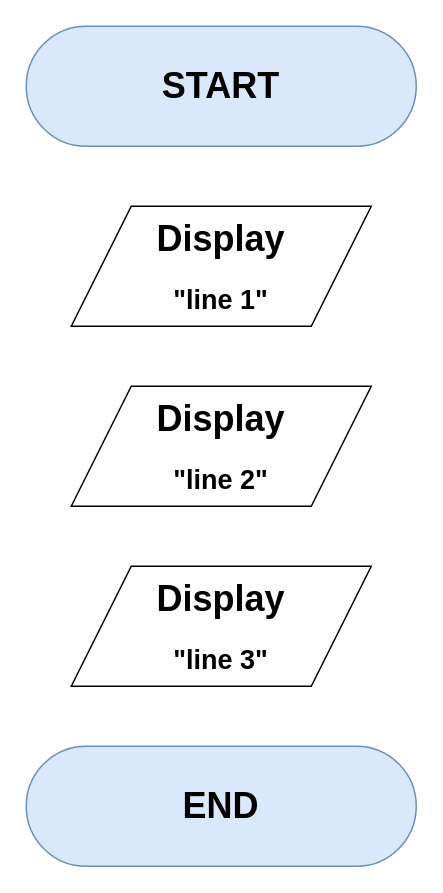
Earlier version of the draw.io diagram doc/Untitled Diagram.drawio (RedjaderCode/redjader). Source tidied: cells renumbered, new cells numbered last; positions are measured from the earlier drawing's top-left corner, leaving out a move shared by most shapes. Both pictures are drawn from the tidied source at 150%, with x=0, y=0 at pixel (26, 26).
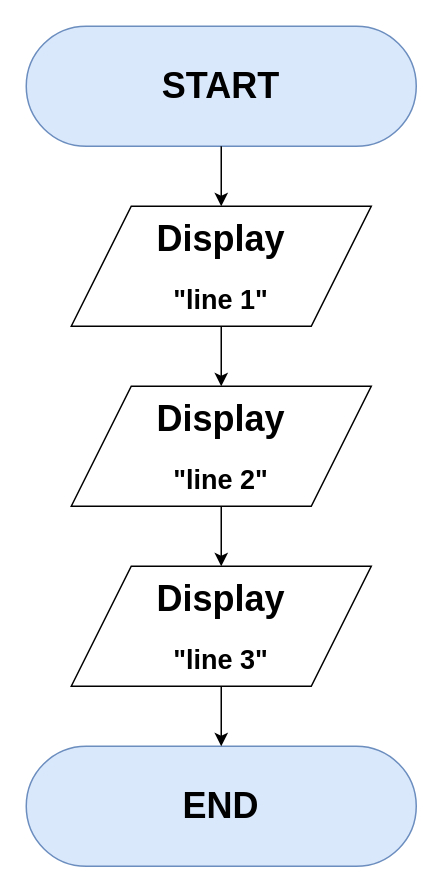
After the change.

The edit, as a diff of the source:
```diff
@@
 <mxGraphModel>
   <root>
     <mxCell id="0" />
     <mxCell id="1" parent="0" />
     <mxCell id="2" value="&lt;h1&gt;START&lt;/h1&gt;" style="html=1;dashed=0;whiteSpace=wrap;shape=mxgraph.dfd.start;fillColor=#dae8fc;strokeColor=#6c8ebf;" parent="1" vertex="1">
       <mxGeometry width="260" height="80" as="geometry" />
     </mxCell>
     <mxCell id="3" value="&lt;h1&gt;Display&lt;/h1&gt;&lt;h2&gt;&quot;line 1&quot;&lt;/h2&gt;" style="shape=parallelogram;perimeter=parallelogramPerimeter;whiteSpace=wrap;html=1;dashed=0;" parent="1" vertex="1">
       <mxGeometry x="30" y="120" width="200" height="80" as="geometry" />
     </mxCell>
     <mxCell id="4" value="&lt;h1&gt;Display&lt;/h1&gt;&lt;h2&gt;&quot;line 2&quot;&lt;/h2&gt;" style="shape=parallelogram;perimeter=parallelogramPerimeter;whiteSpace=wrap;html=1;dashed=0;" parent="1" vertex="1">
       <mxGeometry x="30" y="240" width="200" height="80" as="geometry" />
     </mxCell>
     <mxCell id="5" value="&lt;h1&gt;Display&lt;/h1&gt;&lt;h2&gt;&quot;line 3&quot;&lt;/h2&gt;" style="shape=parallelogram;perimeter=parallelogramPerimeter;whiteSpace=wrap;html=1;dashed=0;" parent="1" vertex="1">
       <mxGeometry x="30" y="360" width="200" height="80" as="geometry" />
     </mxCell>
     <mxCell id="6" style="edgeStyle=orthogonalEdgeStyle;rounded=0;orthogonalLoop=1;jettySize=auto;html=1;exitX=0.5;exitY=1;exitDx=0;exitDy=0;" parent="1" edge="1" source="4" target="4">
       <mxGeometry relative="1" as="geometry" />
     </mxCell>
     <mxCell id="7" value="&lt;h1&gt;END&lt;/h1&gt;" style="html=1;dashed=0;whiteSpace=wrap;shape=mxgraph.dfd.start;fillColor=#dae8fc;strokeColor=#6c8ebf;" parent="1" vertex="1">
       <mxGeometry y="480" width="260" height="80" as="geometry" />
     </mxCell>
+    <mxCell id="8" style="endArrow=classic;html=1;rounded=0;" parent="1" edge="1" source="2" target="3">
+      <mxGeometry relative="1" as="geometry" />
+    </mxCell>
+    <mxCell id="9" style="endArrow=classic;html=1;rounded=0;" parent="1" edge="1" source="3" target="4">
+      <mxGeometry relative="1" as="geometry" />
+    </mxCell>
+    <mxCell id="10" style="endArrow=classic;html=1;rounded=0;" parent="1" edge="1" source="4" target="5">
+      <mxGeometry relative="1" as="geometry" />
+    </mxCell>
+    <mxCell id="11" style="endArrow=classic;html=1;rounded=0;" parent="1" edge="1" source="5" target="7">
+      <mxGeometry relative="1" as="geometry" />
+    </mxCell>
   </root>
 </mxGraphModel>
```
